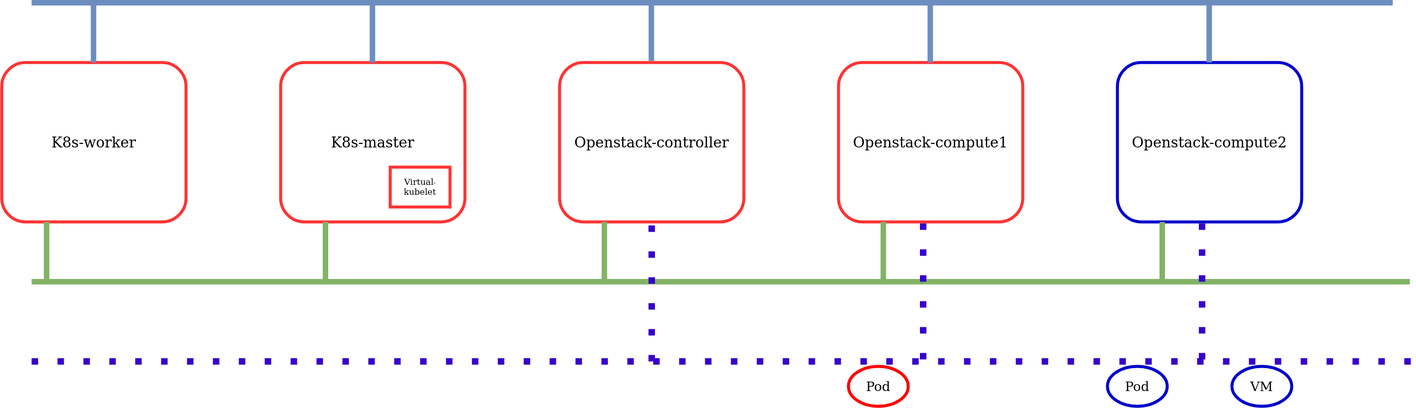
This is BizFly-kubernetes.png from lmq1999/123, a draw.io export, as it was before one commit. Source tidied: cells renumbered, new cells last; positions are measured from the earlier drawing's top-left corner, leaving out a move shared by most shapes.
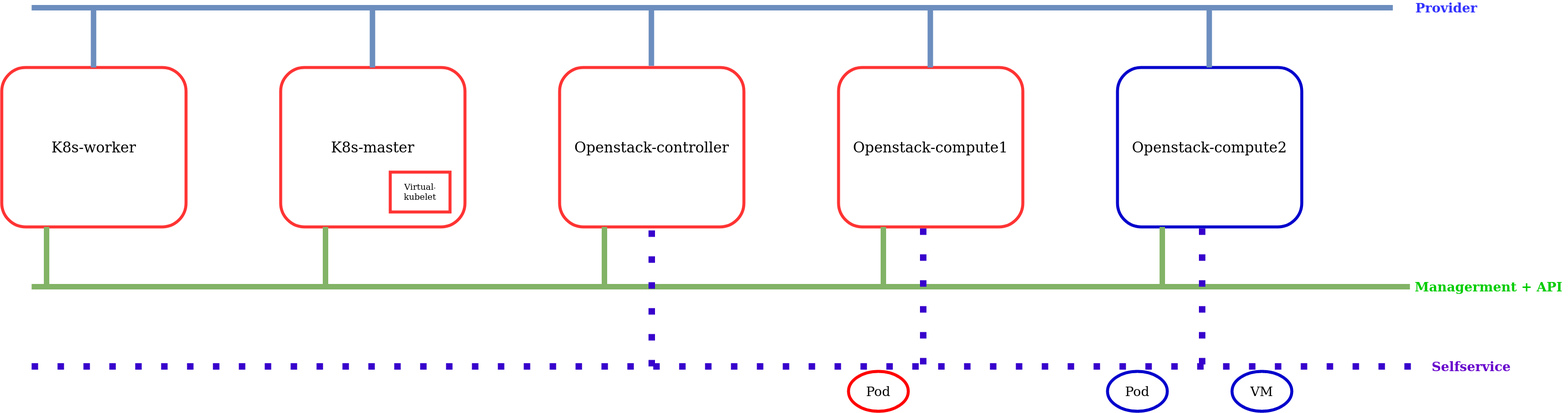
Later version of the same file.

The edit, as a diff of the source:
```diff
@@ -124,5 +124,14 @@
     <mxCell id="26" value="&lt;font style=&quot;font-size: 26px&quot;&gt;Pod&lt;/font&gt;" style="ellipse;whiteSpace=wrap;html=1;strokeWidth=6;strokeColor=#FF0000;" parent="1" vertex="1">
       <mxGeometry x="1700" y="730" width="120" height="80" as="geometry" />
     </mxCell>
+    <mxCell id="27" value="&lt;font color=&quot;#3333FF&quot;&gt;&lt;b&gt;&lt;font style=&quot;font-size: 26px&quot;&gt;Provider&lt;/font&gt;&lt;/b&gt;&lt;/font&gt;" style="text;html=1;align=center;verticalAlign=middle;strokeWidth=10;" parent="1" vertex="1">
+      <mxGeometry x="2830" y="-10" width="140" height="20" as="geometry" />
+    </mxCell>
+    <mxCell id="28" value="&lt;b&gt;&lt;font style=&quot;font-size: 26px&quot; color=&quot;#00CC00&quot;&gt;Managerment + API&lt;/font&gt;&lt;/b&gt;" style="text;html=1;align=center;verticalAlign=middle;strokeWidth=10;" parent="1" vertex="1">
+      <mxGeometry x="2830" y="550" width="310" height="20" as="geometry" />
+    </mxCell>
+    <mxCell id="29" value="&lt;b&gt;&lt;font style=&quot;font-size: 26px&quot; color=&quot;#6600CC&quot;&gt;Selfservice&lt;/font&gt;&lt;/b&gt;" style="text;html=1;align=center;verticalAlign=middle;strokeWidth=10;" parent="1" vertex="1">
+      <mxGeometry x="2865" y="710" width="170" height="20" as="geometry" />
+    </mxCell>
   </root>
 </mxGraphModel>
```
